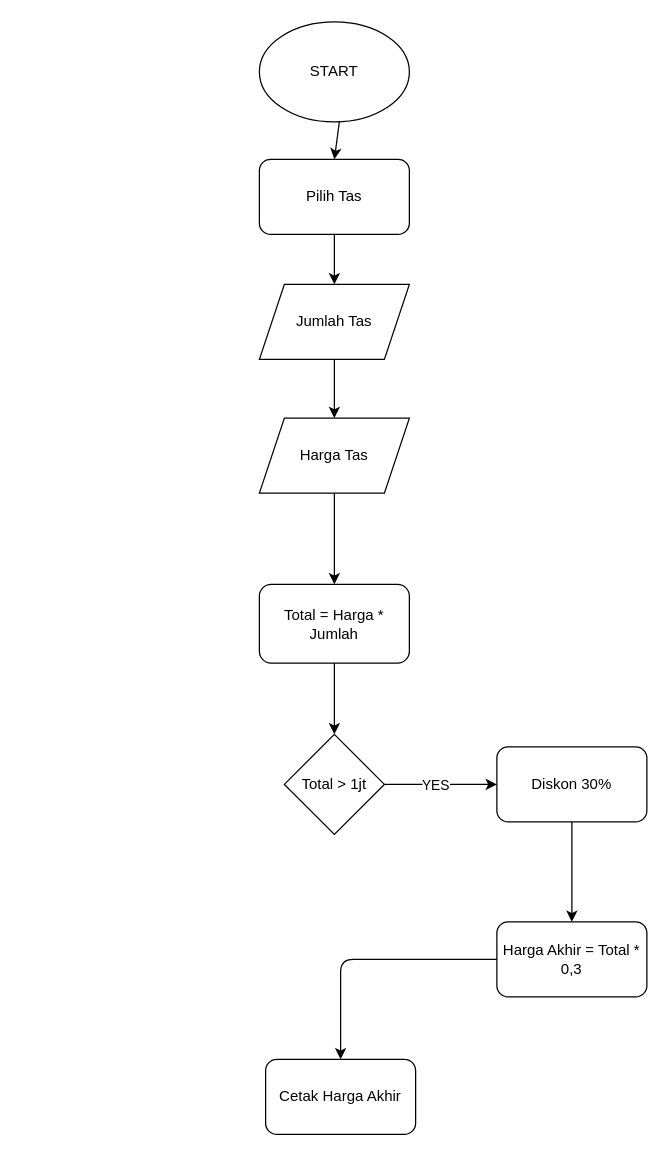
Above: flowchart.drawio in ViaSafira/via_safira-kalkulator-_diskon_tas (draw.io), before the change. Source tidied: cells renumbered, new cells numbered last; positions are measured from the earlier drawing's top-left corner, leaving out a move shared by most shapes. Both pictures are drawn from the tidied source at 125%, with x=0, y=0 at pixel (259, 21).
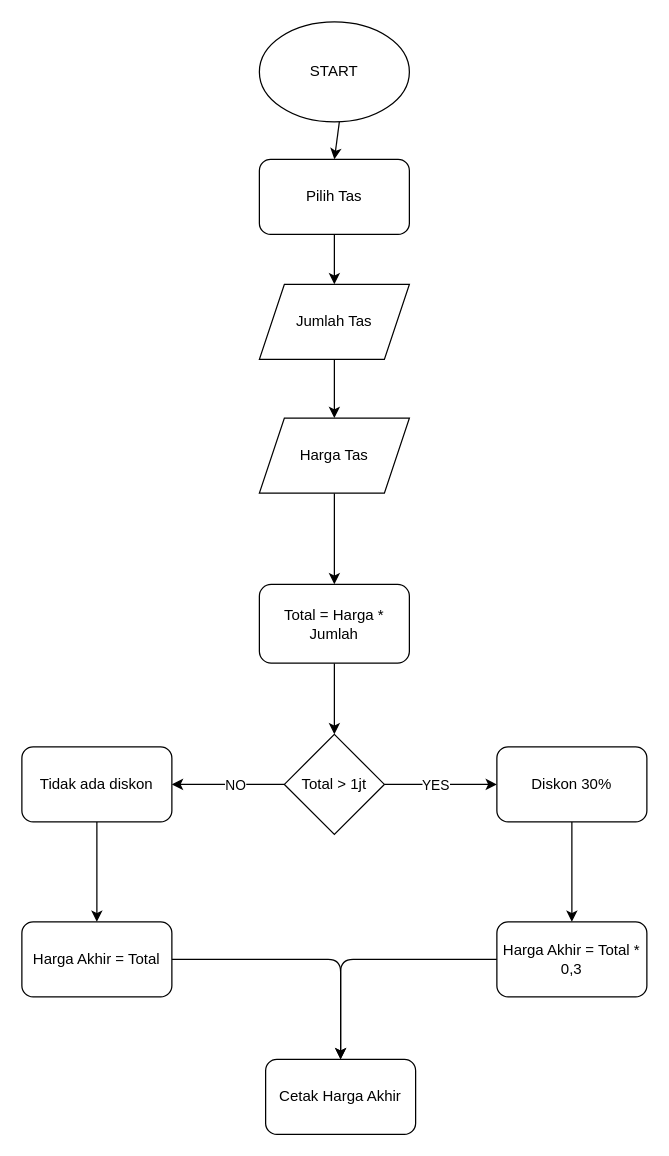
After the change.

Commit message:
pengkondisian jika jawaban salah

Unchanged cells that the change refers to:
```xml
<mxCell id="14" value="&lt;span&gt;Total &amp;gt; 1jt&lt;br&gt;&lt;/span&gt;" style="rhombus;whiteSpace=wrap;html=1;" parent="1" vertex="1">
  <mxGeometry x="20" y="570" width="80" height="80" as="geometry" />
</mxCell>
<mxCell id="19" value="Cetak Harga Akhir" style="whiteSpace=wrap;html=1;rounded=1;" parent="1" vertex="1">
  <mxGeometry x="5" y="830" width="120" height="60" as="geometry" />
</mxCell>
```

What changed in the source:
```diff
@@
+    <mxCell id="20" style="edgeStyle=none;html=1;" parent="1" edge="1" source="14" target="23">
+      <mxGeometry relative="1" as="geometry" />
+    </mxCell>
+    <mxCell id="21" value="NO" style="edgeLabel;html=1;align=center;verticalAlign=middle;" parent="20" vertex="1">
+      <mxGeometry x="-0.58" y="-2" relative="1" as="geometry">
+        <mxPoint x="-21" y="2" as="offset" />
+      </mxGeometry>
+    </mxCell>
@@
+    <mxCell id="22" style="edgeStyle=none;html=1;" parent="1" edge="1" source="23" target="25">
+      <mxGeometry relative="1" as="geometry" />
+    </mxCell>
+    <mxCell id="23" value="Tidak ada diskon" style="rounded=1;whiteSpace=wrap;html=1;" parent="1" vertex="1">
+      <mxGeometry x="-190" y="580" width="120" height="60" as="geometry" />
+    </mxCell>
+    <mxCell id="24" style="edgeStyle=none;html=1;entryX=0.5;entryY=0;entryDx=0;entryDy=0;" parent="1" edge="1" source="25" target="19">
+      <mxGeometry relative="1" as="geometry">
+        <Array as="points">
+          <mxPoint x="65" y="750" />
+        </Array>
+      </mxGeometry>
+    </mxCell>
+    <mxCell id="25" value="Harga Akhir = Total" style="rounded=1;whiteSpace=wrap;html=1;" parent="1" vertex="1">
+      <mxGeometry x="-190" y="720" width="120" height="60" as="geometry" />
+    </mxCell>
```
